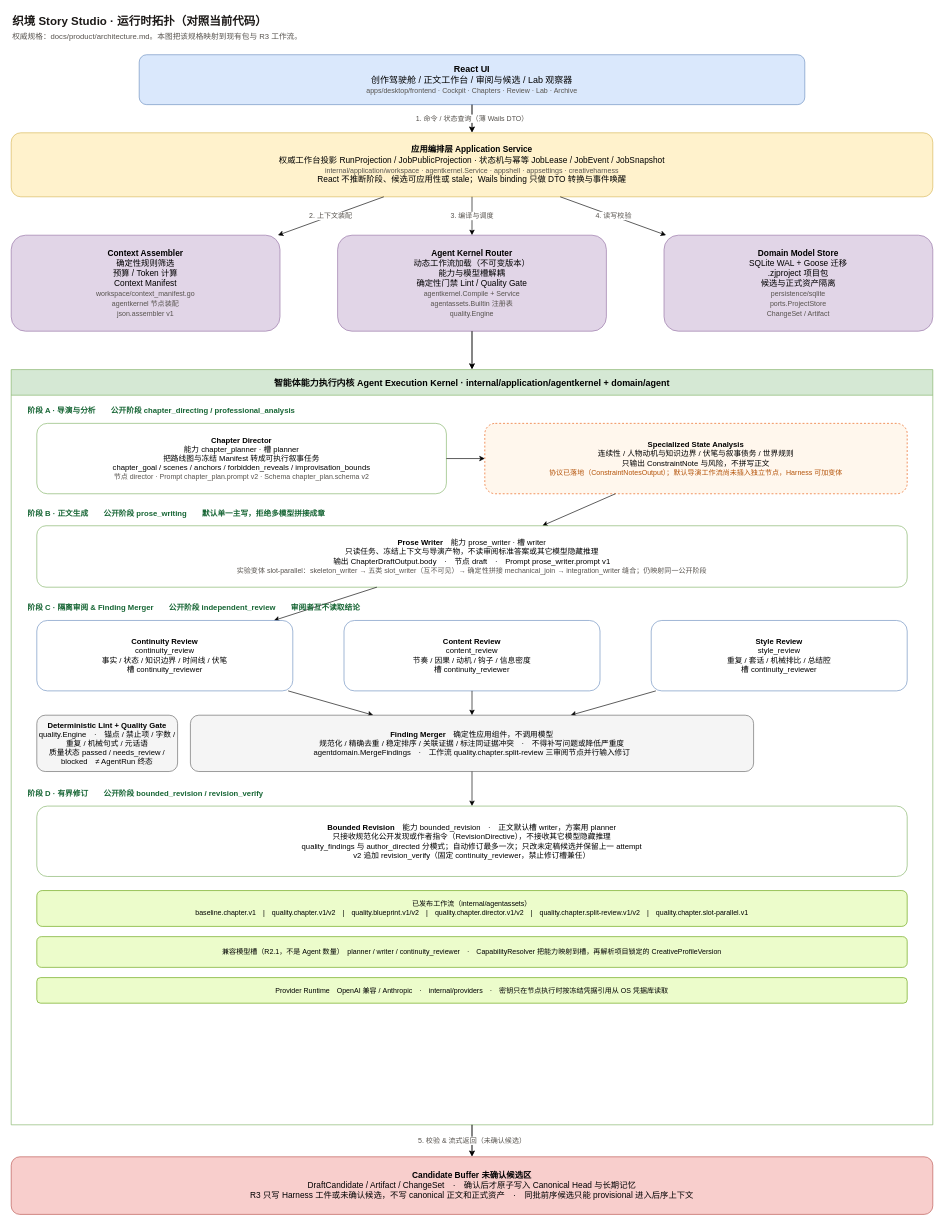
The draw.io diagram page "01 系统拓扑" (1 of 5) of docs/product/architecture-overview.drawio in lishen802/novel-studio, before the edit. Source tidied: cells renumbered, new cells numbered last; positions are measured from the earlier drawing's top-left corner, leaving out a move shared by most shapes. Both pictures are drawn from the tidied source at 64%, with x=0, y=0 at pixel (11, 11).
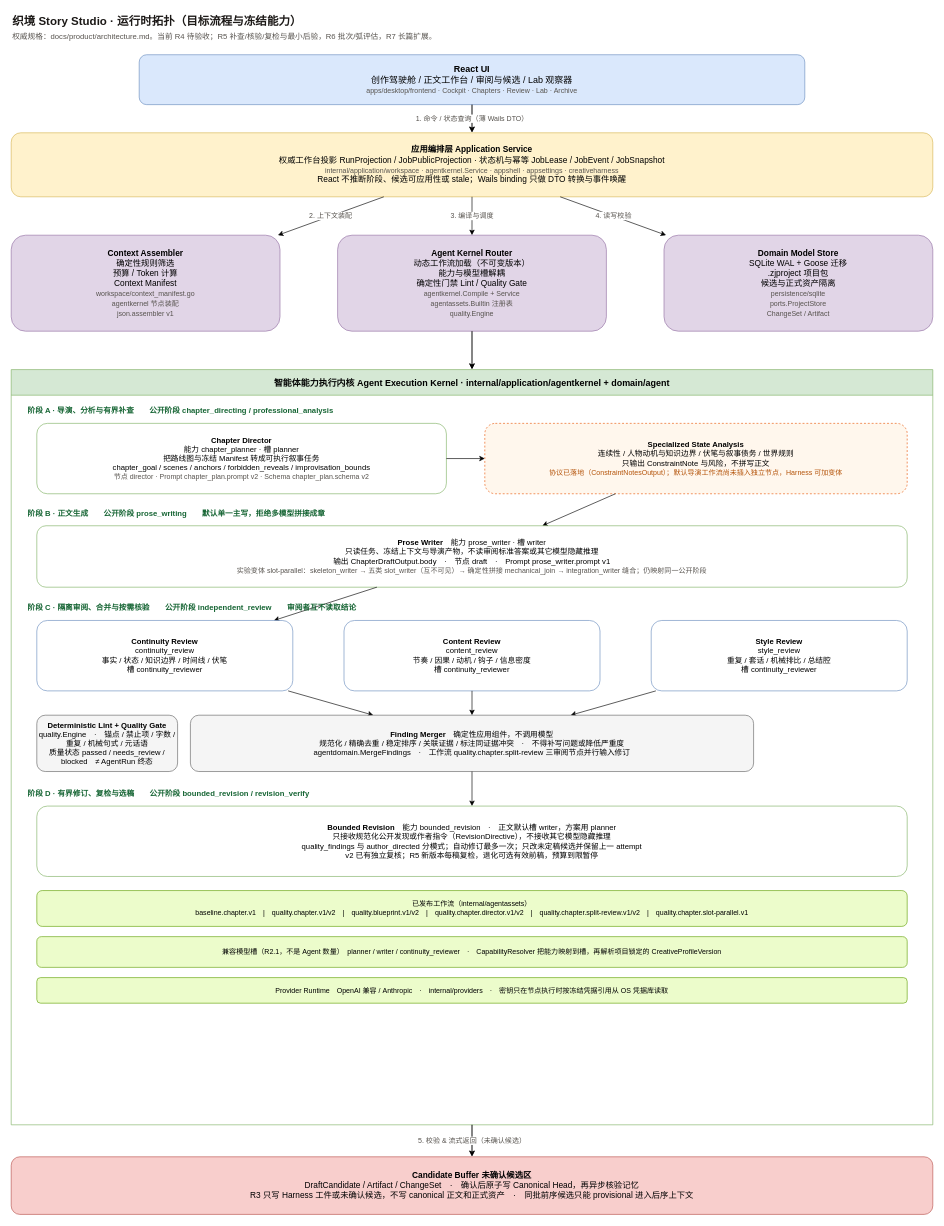
The same diagram, later.

Unchanged cells that the change refers to:
```xml
<mxCell id="14" value="智能体能力执行内核  Agent Execution Kernel    ·    internal/application/agentkernel + domain/agent" style="swimlane;fontStyle=1;horizontal=1;startSize=40;fillColor=#d5e8d4;strokeColor=#82b366;fontSize=14;align=center;" parent="1" vertex="1">
  <mxGeometry y="560" width="1440" height="1180" as="geometry" />
</mxCell>
```

The edit, as a diff of the source:
```diff
@@
-    <mxCell id="2" value="织境 Story Studio · 运行时拓扑（对照当前代码）" style="text;html=1;strokeColor=none;fillColor=none;align=left;verticalAlign=middle;whiteSpace=wrap;rounded=0;fontSize=18;fontStyle=1;fontColor=#1c1917;" parent="1" vertex="1">
+    <mxCell id="2" value="织境 Story Studio · 运行时拓扑（目标流程与冻结能力）" style="text;html=1;strokeColor=none;fillColor=none;align=left;verticalAlign=middle;whiteSpace=wrap;rounded=0;fontSize=18;fontStyle=1;fontColor=#1c1917;" parent="1" vertex="1">
       <mxGeometry width="720" height="32" as="geometry" />
     </mxCell>
-    <mxCell id="3" value="权威规格：docs/product/architecture.md。本图把该规格映射到现有包与 R3 工作流。" style="text;html=1;strokeColor=none;fillColor=none;align=left;verticalAlign=middle;whiteSpace=wrap;rounded=0;fontSize=12;fontColor=#57534e;" parent="1" vertex="1">
+    <mxCell id="3" value="权威规格：docs/product/architecture.md。当前 R4 待验收；R5 补查/核验/复检与最小后验，R6 批次/弧评估，R7 长篇扩展。" style="text;html=1;strokeColor=none;fillColor=none;align=left;verticalAlign=middle;whiteSpace=wrap;rounded=0;fontSize=12;fontColor=#57534e;" parent="1" vertex="1">
       <mxGeometry y="28" width="900" height="24" as="geometry" />
     </mxCell>
@@
-    <mxCell id="15" value="阶段 A · 导演与分析　　公开阶段 chapter_directing / professional_analysis" style="text;html=1;strokeColor=none;fillColor=none;align=left;verticalAlign=middle;fontSize=12;fontStyle=1;fontColor=#166534;" parent="14" vertex="1">
+    <mxCell id="15" value="阶段 A · 导演、分析与有界补查　　公开阶段 chapter_directing / professional_analysis" style="text;html=1;strokeColor=none;fillColor=none;align=left;verticalAlign=middle;fontSize=12;fontStyle=1;fontColor=#166534;" parent="14" vertex="1">
       <mxGeometry x="24" y="52" width="700" height="24" as="geometry" />
     </mxCell>
@@
-    <mxCell id="23" value="阶段 C · 隔离审阅 &amp; Finding Merger　　公开阶段 independent_review　　审阅者互不读取结论" style="text;html=1;strokeColor=none;fillColor=none;align=left;verticalAlign=middle;fontSize=12;fontStyle=1;fontColor=#166534;" parent="14" vertex="1">
+    <mxCell id="23" value="阶段 C · 隔离审阅、合并与按需核验　　公开阶段 independent_review　　审阅者互不读取结论" style="text;html=1;strokeColor=none;fillColor=none;align=left;verticalAlign=middle;fontSize=12;fontStyle=1;fontColor=#166534;" parent="14" vertex="1">
       <mxGeometry x="24" y="360" width="1000" height="24" as="geometry" />
     </mxCell>
@@
-    <mxCell id="33" value="阶段 D · 有界修订　　公开阶段 bounded_revision / revision_verify" style="text;html=1;strokeColor=none;fillColor=none;align=left;verticalAlign=middle;fontSize=12;fontStyle=1;fontColor=#166534;" parent="14" vertex="1">
+    <mxCell id="33" value="阶段 D · 有界修订、复检与选稿　　公开阶段 bounded_revision / revision_verify" style="text;html=1;strokeColor=none;fillColor=none;align=left;verticalAlign=middle;fontSize=12;fontStyle=1;fontColor=#166534;" parent="14" vertex="1">
       <mxGeometry x="24" y="650" width="800" height="24" as="geometry" />
     </mxCell>
-    <mxCell id="34" value="&lt;b&gt;Bounded Revision&lt;/b&gt;　能力 bounded_revision　·　正文默认槽 writer，方案用 planner&lt;br&gt;只接收规范化公开发现或作者指令（RevisionDirective），不接收其它模型隐藏推理&lt;br&gt;quality_findings 与 author_directed 分模式；自动修订最多一次；只改未定稿候选并保留上一 attempt&lt;br&gt;v2 追加 revision_verify（固定 continuity_reviewer，禁止修订槽兼任）" style="rounded=1;whiteSpace=wrap;html=1;fillColor=#ffffff;strokeColor=#82b366;fontSize=12;align=center;" parent="14" vertex="1">
+    <mxCell id="34" value="&lt;b&gt;Bounded Revision&lt;/b&gt;　能力 bounded_revision　·　正文默认槽 writer，方案用 planner&lt;br&gt;只接收规范化公开发现或作者指令（RevisionDirective），不接收其它模型隐藏推理&lt;br&gt;quality_findings 与 author_directed 分模式；自动修订最多一次；只改未定稿候选并保留上一 attempt&lt;br&gt;v2 已有独立复核；R5 新版本每稿复检，退化可选有效前稿，预算到限暂停" style="rounded=1;whiteSpace=wrap;html=1;fillColor=#ffffff;strokeColor=#82b366;fontSize=12;align=center;" parent="14" vertex="1">
       <mxGeometry x="40" y="682" width="1360" height="110" as="geometry" />
     </mxCell>
@@
-    <mxCell id="39" value="&lt;b&gt;Candidate Buffer 未确认候选区&lt;/b&gt;&lt;br&gt;DraftCandidate / Artifact / ChangeSet　·　确认后才原子写入 Canonical Head 与长期记忆&lt;br&gt;R3 只写 Harness 工件或未确认候选，不写 canonical 正文和正式资产　·　同批前序候选只能 provisional 进入后序上下文" style="rounded=1;whiteSpace=wrap;html=1;fillColor=#f8cecc;strokeColor=#b85450;fontSize=13;align=center;" parent="1" vertex="1">
+    <mxCell id="39" value="&lt;b&gt;Candidate Buffer 未确认候选区&lt;/b&gt;&lt;br&gt;DraftCandidate / Artifact / ChangeSet　·　确认后原子写 Canonical Head，再异步核验记忆&lt;br&gt;R3 只写 Harness 工件或未确认候选，不写 canonical 正文和正式资产　·　同批前序候选只能 provisional 进入后序上下文" style="rounded=1;whiteSpace=wrap;html=1;fillColor=#f8cecc;strokeColor=#b85450;fontSize=13;align=center;" parent="1" vertex="1">
       <mxGeometry y="1790" width="1440" height="90" as="geometry" />
     </mxCell>
```
